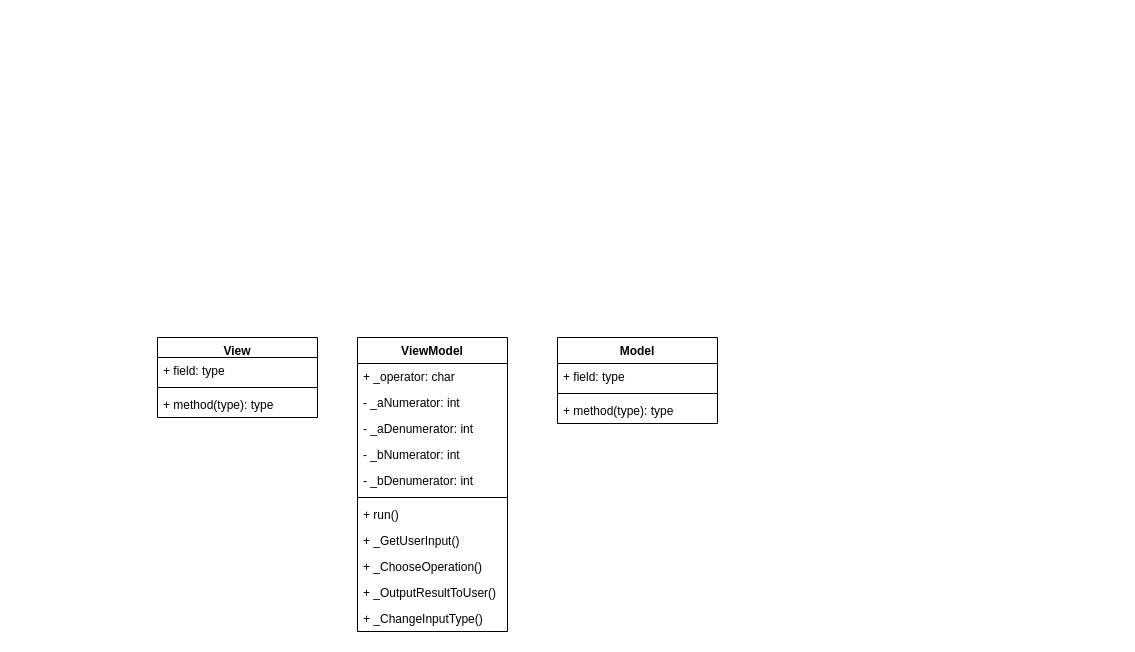
This is Untitled Diagram.drawio from BrassCrafter/Calculator, a draw.io file, before an edit. Source tidied: cells renumbered, new cells numbered last; positions are measured from the earlier drawing's top-left corner, leaving out a move shared by most shapes. Both pictures are drawn from the tidied source at 100%, with x=0, y=0 at pixel (157, 337).
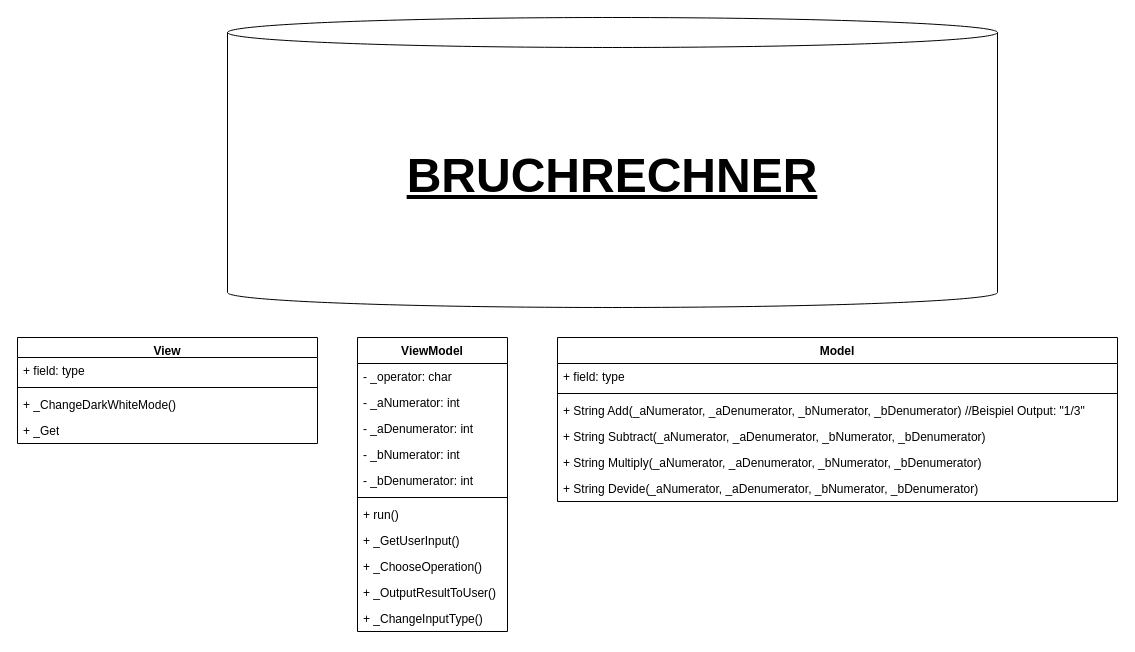
Above is the later version.

The change refers to these unchanged cells:
```xml
<mxCell id="6" value="ViewModel&lt;br&gt;" style="swimlane;fontStyle=1;align=center;verticalAlign=top;horizontal=1;startSize=26;whiteSpace=wrap;html=1;" parent="1" vertex="1">
  <mxGeometry x="200" width="150" height="294" as="geometry" />
</mxCell>
```

Diff of the diagram source:
```diff
@@
     <mxCell id="2" value="View" style="swimlane;fontStyle=1;align=center;verticalAlign=top;horizontal=1;startSize=20;whiteSpace=wrap;html=1;" parent="1" vertex="1">
-      <mxGeometry width="160" height="80" as="geometry" />
+      <mxGeometry x="-140" width="300" height="106" as="geometry" />
     </mxCell>
     <mxCell id="3" value="+ field: type" style="text;strokeColor=none;fillColor=none;align=left;verticalAlign=top;spacingLeft=4;spacingRight=4;overflow=hidden;whiteSpace=wrap;html=1;" parent="2" vertex="1">
-      <mxGeometry y="20" width="160" height="26" as="geometry" />
+      <mxGeometry y="20" width="300" height="26" as="geometry" />
     </mxCell>
     <mxCell id="4" style="line;strokeWidth=1;fillColor=none;align=left;verticalAlign=middle;spacingTop=-1;spacingLeft=3;spacingRight=3;labelPosition=right;strokeColor=inherit;" parent="2" vertex="1">
-      <mxGeometry y="46" width="160" height="8" as="geometry" />
+      <mxGeometry y="46" width="300" height="8" as="geometry" />
     </mxCell>
-    <mxCell id="5" value="+ method(type): type" style="text;strokeColor=none;fillColor=none;align=left;verticalAlign=top;spacingLeft=4;spacingRight=4;overflow=hidden;whiteSpace=wrap;html=1;" parent="2" vertex="1">
-      <mxGeometry y="54" width="160" height="26" as="geometry" />
+    <mxCell id="5" value="+ _ChangeDarkWhiteMode()" style="text;strokeColor=none;fillColor=none;align=left;verticalAlign=top;spacingLeft=4;spacingRight=4;overflow=hidden;whiteSpace=wrap;html=1;" parent="2" vertex="1">
+      <mxGeometry y="54" width="300" height="26" as="geometry" />
     </mxCell>
+    <mxCell id="22" value="+ _Get" style="text;strokeColor=none;fillColor=none;align=left;verticalAlign=top;spacingLeft=4;spacingRight=4;overflow=hidden;whiteSpace=wrap;html=1;" parent="2" vertex="1">
+      <mxGeometry y="80" width="300" height="26" as="geometry" />
+    </mxCell>
@@
-    <mxCell id="7" value="+ _operator: char" style="text;strokeColor=none;fillColor=none;align=left;verticalAlign=top;spacingLeft=4;spacingRight=4;overflow=hidden;whiteSpace=wrap;html=1;" parent="6" vertex="1">
+    <mxCell id="7" value="- _operator: char" style="text;strokeColor=none;fillColor=none;align=left;verticalAlign=top;spacingLeft=4;spacingRight=4;overflow=hidden;whiteSpace=wrap;html=1;" parent="6" vertex="1">
       <mxGeometry y="26" width="150" height="26" as="geometry" />
     </mxCell>
@@
     <mxCell id="18" value="Model" style="swimlane;fontStyle=1;align=center;verticalAlign=top;horizontal=1;startSize=26;whiteSpace=wrap;html=1;" parent="1" vertex="1">
-      <mxGeometry x="400" width="160" height="86" as="geometry" />
+      <mxGeometry x="400" width="560" height="164" as="geometry" />
     </mxCell>
     <mxCell id="19" value="+ field: type" style="text;strokeColor=none;fillColor=none;align=left;verticalAlign=top;spacingLeft=4;spacingRight=4;overflow=hidden;whiteSpace=wrap;html=1;" parent="18" vertex="1">
-      <mxGeometry y="26" width="160" height="26" as="geometry" />
+      <mxGeometry y="26" width="560" height="26" as="geometry" />
     </mxCell>
     <mxCell id="20" style="line;strokeWidth=1;fillColor=none;align=left;verticalAlign=middle;spacingTop=-1;spacingLeft=3;spacingRight=3;labelPosition=right;strokeColor=inherit;" parent="18" vertex="1">
-      <mxGeometry y="52" width="160" height="8" as="geometry" />
+      <mxGeometry y="52" width="560" height="8" as="geometry" />
     </mxCell>
-    <mxCell id="21" value="+ method(type): type" style="text;strokeColor=none;fillColor=none;align=left;verticalAlign=top;spacingLeft=4;spacingRight=4;overflow=hidden;whiteSpace=wrap;html=1;" parent="18" vertex="1">
-      <mxGeometry y="60" width="160" height="26" as="geometry" />
+    <mxCell id="21" value="+ String Add(_aNumerator, _aDenumerator, _bNumerator, _bDenumerator) //Beispiel Output: &quot;1/3&quot;" style="text;strokeColor=none;fillColor=none;align=left;verticalAlign=top;spacingLeft=4;spacingRight=4;overflow=hidden;whiteSpace=wrap;html=1;" parent="18" vertex="1">
+      <mxGeometry y="60" width="560" height="26" as="geometry" />
     </mxCell>
+    <mxCell id="23" value="+ String Subtract(_aNumerator, _aDenumerator, _bNumerator, _bDenumerator)" style="text;strokeColor=none;fillColor=none;align=left;verticalAlign=top;spacingLeft=4;spacingRight=4;overflow=hidden;whiteSpace=wrap;html=1;" parent="18" vertex="1">
+      <mxGeometry y="86" width="560" height="26" as="geometry" />
+    </mxCell>
+    <mxCell id="24" value="+ String Multiply(_aNumerator, _aDenumerator, _bNumerator, _bDenumerator)" style="text;strokeColor=none;fillColor=none;align=left;verticalAlign=top;spacingLeft=4;spacingRight=4;overflow=hidden;whiteSpace=wrap;html=1;" parent="18" vertex="1">
+      <mxGeometry y="112" width="560" height="26" as="geometry" />
+    </mxCell>
+    <mxCell id="25" value="+ String Devide(_aNumerator, _aDenumerator, _bNumerator, _bDenumerator)" style="text;strokeColor=none;fillColor=none;align=left;verticalAlign=top;spacingLeft=4;spacingRight=4;overflow=hidden;whiteSpace=wrap;html=1;" parent="18" vertex="1">
+      <mxGeometry y="138" width="560" height="26" as="geometry" />
+    </mxCell>
+    <mxCell id="26" value="&lt;font style=&quot;font-size: 48px;&quot;&gt;&lt;b&gt;&lt;u&gt;BRUCHRECHNER&lt;/u&gt;&lt;/b&gt;&lt;/font&gt;" style="shape=cylinder3;whiteSpace=wrap;html=1;boundedLbl=1;backgroundOutline=1;size=15;" parent="1" vertex="1">
+      <mxGeometry x="70" y="-320" width="770" height="290" as="geometry" />
+    </mxCell>
```
